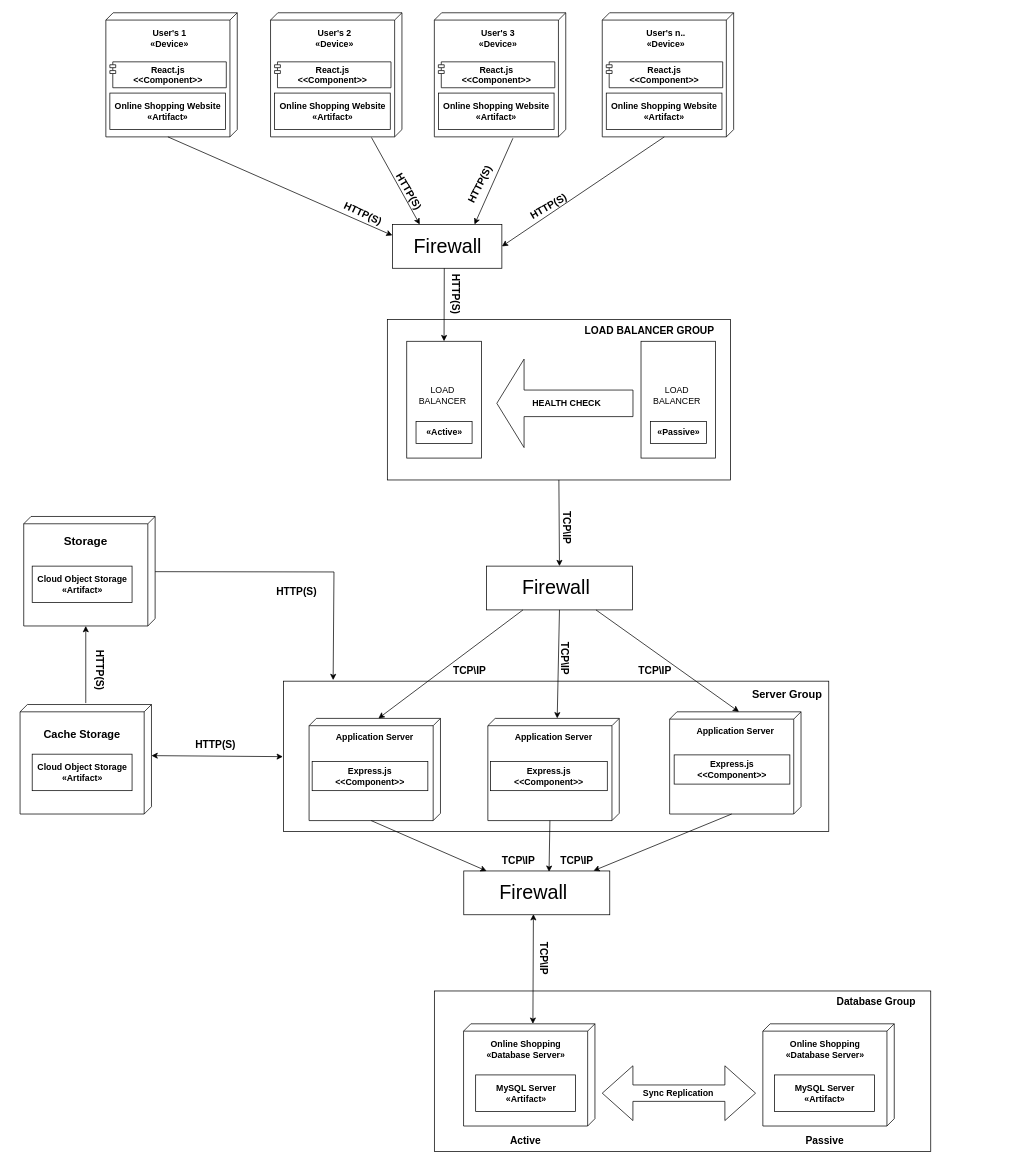
Earlier version of the draw.io diagram Design/Implementations/Diagrama_Implementacao.drawio (Marcos-Sousa-Developer/Projeto-Final-LTI). Source tidied: cells renumbered, new cells numbered last; positions are measured from the earlier drawing's top-left corner, leaving out a move shared by most shapes. Both pictures are drawn from the tidied source at 73%, with x=0, y=0 at pixel (12, 12).
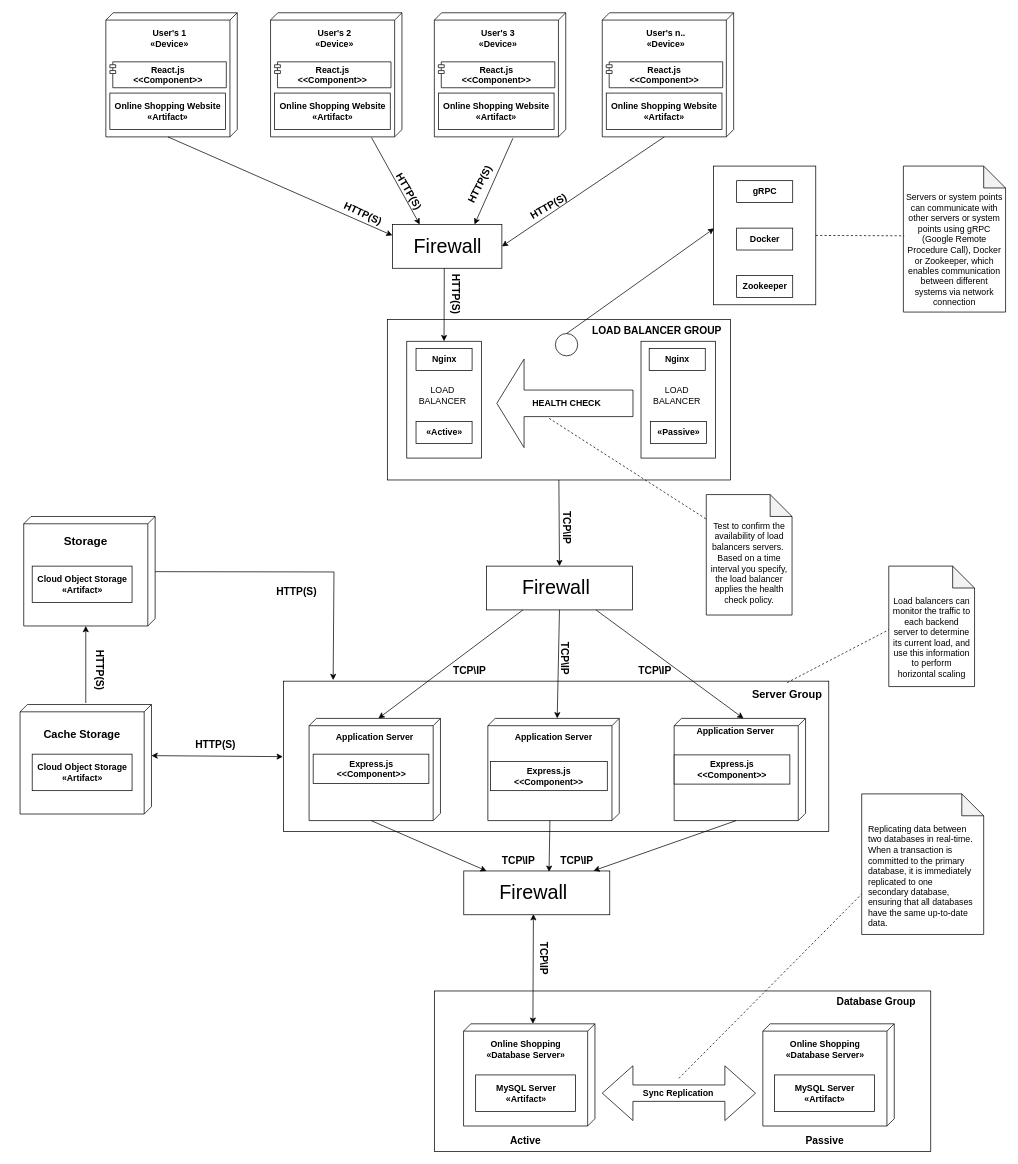
The same diagram, later.

Commit message (it also covers changes not shown here):
Implementation diagram

The change refers to these unchanged cells:
```xml
<mxCell id="49" value="&lt;b&gt;HEALTH CHECK&lt;/b&gt;" style="text;html=1;strokeColor=none;fillColor=none;align=center;verticalAlign=middle;whiteSpace=wrap;rounded=0;" parent="1" vertex="1">
  <mxGeometry x="710.9" y="515" width="95.5" height="40.6" as="geometry" />
</mxCell>
<mxCell id="54" value="&lt;b&gt;Sync Replication&lt;/b&gt;" style="text;html=1;strokeColor=none;fillColor=none;align=center;verticalAlign=middle;whiteSpace=wrap;rounded=0;" parent="1" vertex="1">
  <mxGeometry x="854.4" y="1459.7" width="116.2" height="40.6" as="geometry" />
</mxCell>
<mxCell id="55" value="&lt;b&gt;&lt;font style=&quot;font-size: 15px;&quot;&gt;Server Group&lt;/font&gt;&lt;/b&gt;" style="text;html=1;strokeColor=none;fillColor=none;align=center;verticalAlign=middle;whiteSpace=wrap;rounded=0;" parent="1" vertex="1">
  <mxGeometry x="1010.8" y="917.6" width="100" height="30" as="geometry" />
</mxCell>
```

Diff of the diagram source:
```diff
@@
     <mxCell id="9" style="verticalAlign=top;align=left;spacingTop=8;spacingLeft=2;spacingRight=12;shape=cube;size=10;direction=south;fontStyle=5;html=1;" parent="1" vertex="1">
-      <mxGeometry x="899.8" y="957.6" width="180" height="140" as="geometry" />
+      <mxGeometry x="906" y="966.6" width="180" height="140" as="geometry" />
     </mxCell>
@@
     <mxCell id="20" value="&lt;span style=&quot;font-weight: 700;&quot;&gt;Express.js&lt;/span&gt;&lt;br style=&quot;padding: 0px; margin: 0px; font-weight: 700;&quot;&gt;&lt;span style=&quot;font-weight: 700;&quot;&gt;&amp;lt;&amp;lt;Component&amp;gt;&amp;gt;&lt;/span&gt;" style="html=1;" parent="1" vertex="1">
-      <mxGeometry x="410.1" y="1025.6" width="158.5" height="40" as="geometry" />
+      <mxGeometry x="411.5" y="1015.6" width="158.5" height="40" as="geometry" />
     </mxCell>
@@
     <mxCell id="47" value="&lt;font size=&quot;1&quot; style=&quot;&quot;&gt;&lt;b style=&quot;font-size: 14px;&quot;&gt;LOAD BALANCER GROUP&lt;/b&gt;&lt;/font&gt;" style="text;html=1;strokeColor=none;fillColor=none;align=center;verticalAlign=middle;whiteSpace=wrap;rounded=0;strokeWidth=6;" parent="1" vertex="1">
-      <mxGeometry x="772.4" y="420" width="200.8" height="30" as="geometry" />
+      <mxGeometry x="782.4" y="420" width="200.8" height="30" as="geometry" />
     </mxCell>
@@
+    <mxCell id="95" value="&lt;b&gt;Nginx&lt;/b&gt;" style="html=1;" parent="1" vertex="1">
+      <mxGeometry x="552.4" y="460" width="76.8" height="30" as="geometry" />
+    </mxCell>
+    <mxCell id="96" value="&lt;b&gt;Nginx&lt;/b&gt;" style="html=1;" parent="1" vertex="1">
+      <mxGeometry x="871.8" y="460" width="76.8" height="30" as="geometry" />
+    </mxCell>
+    <mxCell id="97" style="endArrow=none;dashed=1;html=1;rounded=0;exitX=0.25;exitY=1;exitDx=0;exitDy=0;" parent="1" edge="1" source="49">
+      <mxGeometry relative="1" as="geometry">
+        <mxPoint x="960" y="700" as="targetPoint" />
+      </mxGeometry>
+    </mxCell>
+    <mxCell id="98" style="shape=note;whiteSpace=wrap;html=1;backgroundOutline=1;darkOpacity=0.05;" parent="1" vertex="1">
+      <mxGeometry x="950" y="660" width="117.5" height="165" as="geometry" />
+    </mxCell>
+    <mxCell id="99" style="endArrow=none;dashed=1;html=1;rounded=0;exitX=0.5;exitY=0;exitDx=0;exitDy=0;" parent="1" edge="1" source="54">
+      <mxGeometry relative="1" as="geometry">
+        <mxPoint x="1170" y="1200" as="targetPoint" />
+      </mxGeometry>
+    </mxCell>
+    <mxCell id="100" style="shape=note;whiteSpace=wrap;html=1;backgroundOutline=1;darkOpacity=0.05;" parent="1" vertex="1">
+      <mxGeometry x="1162.9" y="1070" width="167.1" height="192.6" as="geometry" />
+    </mxCell>
+    <mxCell id="101" style="endArrow=none;dashed=1;html=1;rounded=0;exitX=0.5;exitY=0;exitDx=0;exitDy=0;" parent="1" edge="1" source="55">
+      <mxGeometry relative="1" as="geometry">
+        <mxPoint x="1210" y="840" as="targetPoint" />
+      </mxGeometry>
+    </mxCell>
+    <mxCell id="102" style="shape=note;whiteSpace=wrap;html=1;backgroundOutline=1;darkOpacity=0.05;" parent="1" vertex="1">
+      <mxGeometry x="1200" y="758" width="117.5" height="165" as="geometry" />
+    </mxCell>
+    <mxCell id="103" value="&lt;div&gt;Test to confirm the availability of load balancers servers.&amp;nbsp;&lt;/div&gt;&lt;div&gt;Based on a time interval you specify, the load balancer applies the health check policy.&lt;/div&gt;" style="text;html=1;strokeColor=none;fillColor=none;align=center;verticalAlign=middle;whiteSpace=wrap;rounded=0;" parent="1" vertex="1">
+      <mxGeometry x="953.8" y="668" width="110" height="172" as="geometry" />
+    </mxCell>
+    <mxCell id="104" value="Load balancers can monitor the traffic to each backend server to determine its current load, and use this information to perform horizontal scaling" style="text;html=1;strokeColor=none;fillColor=none;align=center;verticalAlign=middle;whiteSpace=wrap;rounded=0;" parent="1" vertex="1">
+      <mxGeometry x="1203.8" y="770" width="110" height="172" as="geometry" />
+    </mxCell>
+    <mxCell id="105" value="Replicating data between two databases in real-time. &lt;br&gt;When a transaction is committed to the primary database, it is immediately replicated to one secondary database, ensuring that all databases have the same up-to-date data." style="text;html=1;strokeColor=none;fillColor=none;align=left;verticalAlign=middle;whiteSpace=wrap;rounded=0;" parent="1" vertex="1">
+      <mxGeometry x="1170.4" y="1090" width="147.1" height="185.6" as="geometry" />
+    </mxCell>
+    <mxCell id="106" style="ellipse;whiteSpace=wrap;html=1;" parent="1" vertex="1">
+      <mxGeometry x="743.3" y="439.4" width="30.6" height="30.6" as="geometry" />
+    </mxCell>
+    <mxCell id="107" style="shape=note;whiteSpace=wrap;html=1;backgroundOutline=1;darkOpacity=0.05;" parent="1" vertex="1">
+      <mxGeometry x="1220" y="210" width="140" height="200" as="geometry" />
+    </mxCell>
+    <mxCell id="108" value="Servers or system points can communicate with other servers or system points using gRPC (Google Remote Procedure Call), Docker or Zookeeper, which enables communication between different systems via network connection" style="text;html=1;strokeColor=none;fillColor=none;align=center;verticalAlign=middle;whiteSpace=wrap;rounded=0;" parent="1" vertex="1">
+      <mxGeometry x="1220" y="250" width="140" height="150" as="geometry" />
+    </mxCell>
+    <mxCell id="109" style="endArrow=classic;html=1;rounded=0;exitX=0.5;exitY=0;exitDx=0;exitDy=0;entryX=0.006;entryY=0.449;entryDx=0;entryDy=0;entryPerimeter=0;" parent="1" edge="1" source="106" target="110">
+      <mxGeometry relative="1" as="geometry" />
+    </mxCell>
+    <mxCell id="110" style="rounded=0;whiteSpace=wrap;html=1;" parent="1" vertex="1">
+      <mxGeometry x="960" y="210" width="140" height="190" as="geometry" />
+    </mxCell>
+    <mxCell id="111" value="&lt;b&gt;gRPC&lt;/b&gt;" style="html=1;" parent="1" vertex="1">
+      <mxGeometry x="991.6" y="230" width="76.8" height="30" as="geometry" />
+    </mxCell>
+    <mxCell id="112" value="&lt;b&gt;Docker&lt;/b&gt;" style="html=1;" parent="1" vertex="1">
+      <mxGeometry x="991.6" y="295" width="76.8" height="30" as="geometry" />
+    </mxCell>
+    <mxCell id="113" value="&lt;b&gt;Zookeeper&lt;/b&gt;" style="html=1;" parent="1" vertex="1">
+      <mxGeometry x="991.6" y="360" width="76.8" height="30" as="geometry" />
+    </mxCell>
+    <mxCell id="114" style="endArrow=none;dashed=1;html=1;rounded=0;exitX=1;exitY=0.5;exitDx=0;exitDy=0;entryX=0.008;entryY=0.37;entryDx=0;entryDy=0;entryPerimeter=0;" parent="1" edge="1" source="110" target="108">
+      <mxGeometry relative="1" as="geometry" />
+    </mxCell>
```
